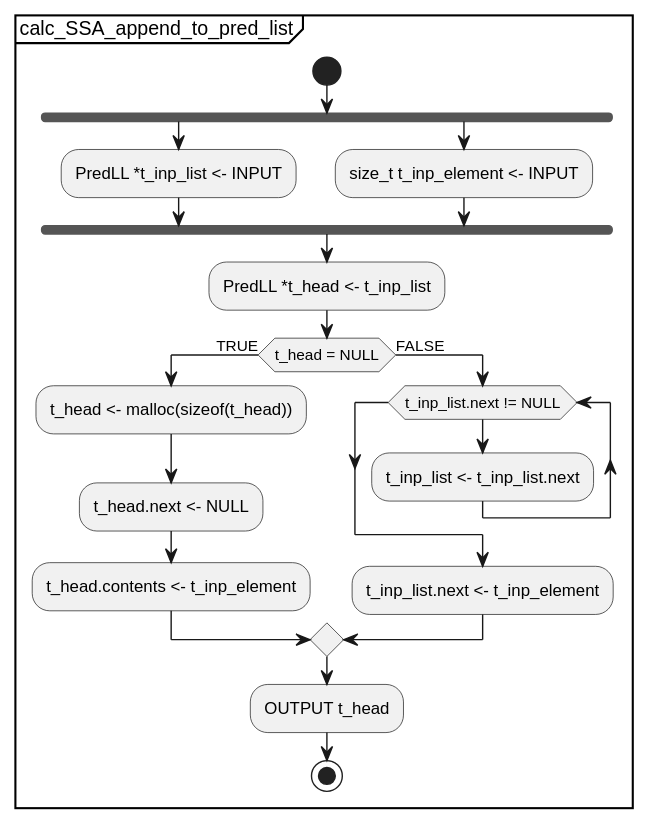
Earlier version of the PlantUML export docs/UML/Single_Static_Assignment_Generation_Scheme/submodules/svg/calc_SSA_append_to_pred_list.svg (KeithCBrett/Python-Compiler).
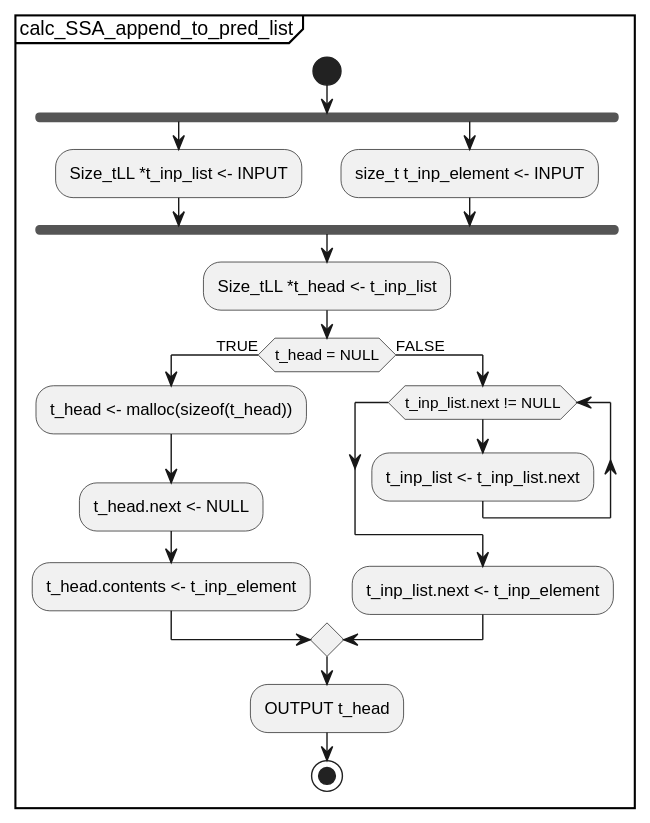
After the change.

Diff of the diagram source:
```diff
@@ -2,11 +2,11 @@
 partition calc_SSA_append_to_pred_list {
     start
     fork
-        :PredLL *t_inp_list <- INPUT;
+        :Size_tLL *t_inp_list <- INPUT;
     fork again
         :size_t t_inp_element <- INPUT;
     fork end
-    :PredLL *t_head <- t_inp_list;
+    :Size_tLL *t_head <- t_inp_list;
     if (t_head = NULL) then (TRUE)
         :t_head <- malloc(sizeof(t_head));
         :t_head.next <- NULL;
```
